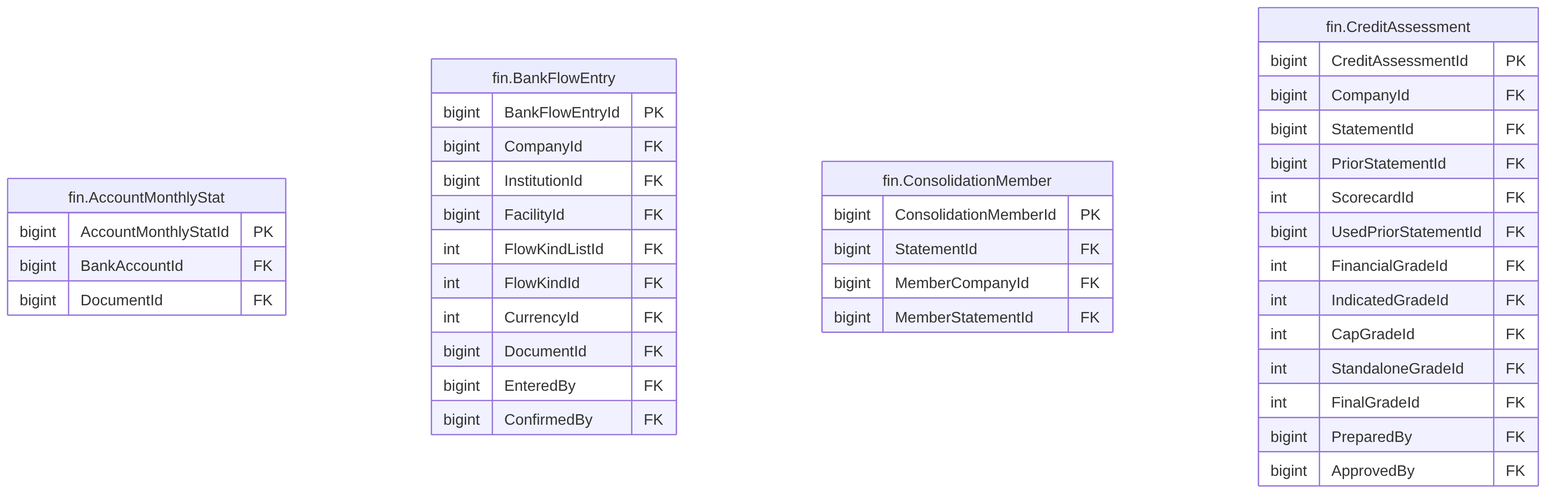
Before: treasury-platform/docs/diagrams/erd/m5_financials_1.png, a diagram exported from Mermaid (thawrasy/smartlines). Its source is kept beside it as treasury-platform/docs/diagrams/erd/m5_financials_1.mmd.
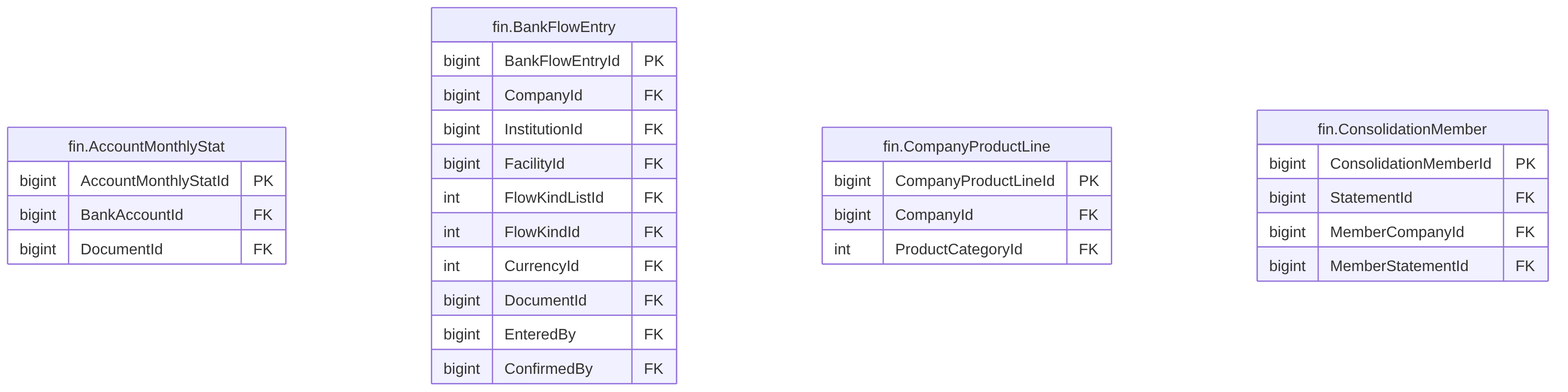
Later version of the same file.

The edit, as a diff of the source:
```diff
@@ -16,24 +16,14 @@
     bigint EnteredBy FK
     bigint ConfirmedBy FK
   }
+  fin_CompanyProductLine["fin.CompanyProductLine"] {
+    bigint CompanyProductLineId PK
+    bigint CompanyId FK
+    int ProductCategoryId FK
+  }
   fin_ConsolidationMember["fin.ConsolidationMember"] {
     bigint ConsolidationMemberId PK
     bigint StatementId FK
     bigint MemberCompanyId FK
     bigint MemberStatementId FK
   }
-  fin_CreditAssessment["fin.CreditAssessment"] {
-    bigint CreditAssessmentId PK
-    bigint CompanyId FK
-    bigint StatementId FK
-    bigint PriorStatementId FK
-    int ScorecardId FK
-    bigint UsedPriorStatementId FK
-    int FinancialGradeId FK
-    int IndicatedGradeId FK
-    int CapGradeId FK
-    int StandaloneGradeId FK
-    int FinalGradeId FK
-    bigint PreparedBy FK
-    bigint ApprovedBy FK
-  }
```
